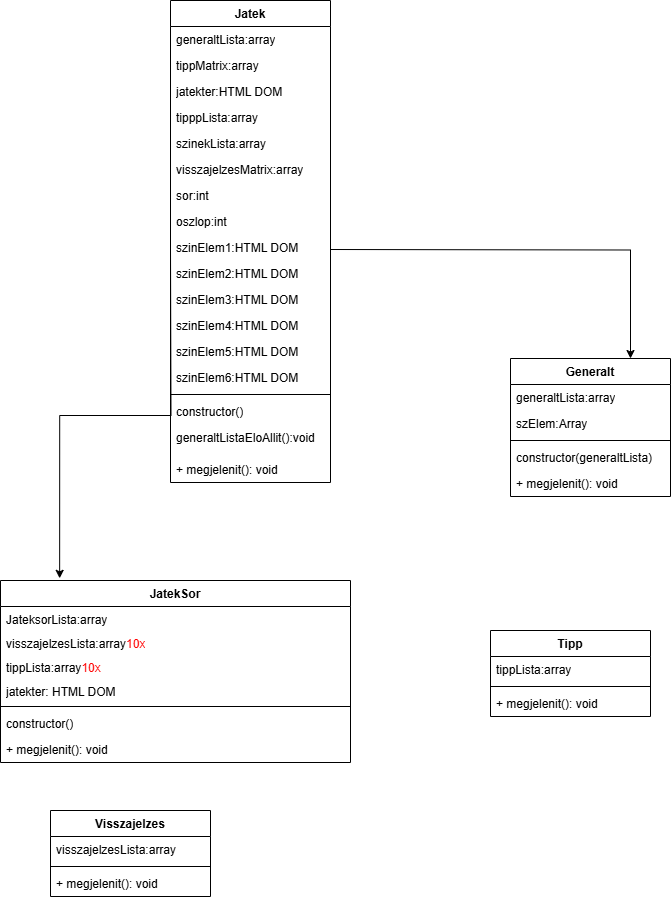
Earlier version of the draw.io export kodToroCsop.drawio.png (Eszti2222/kodToroCsopJS). Source tidied: cells renumbered, new cells last; positions are measured from the earlier drawing's top-left corner, leaving out a move shared by most shapes.
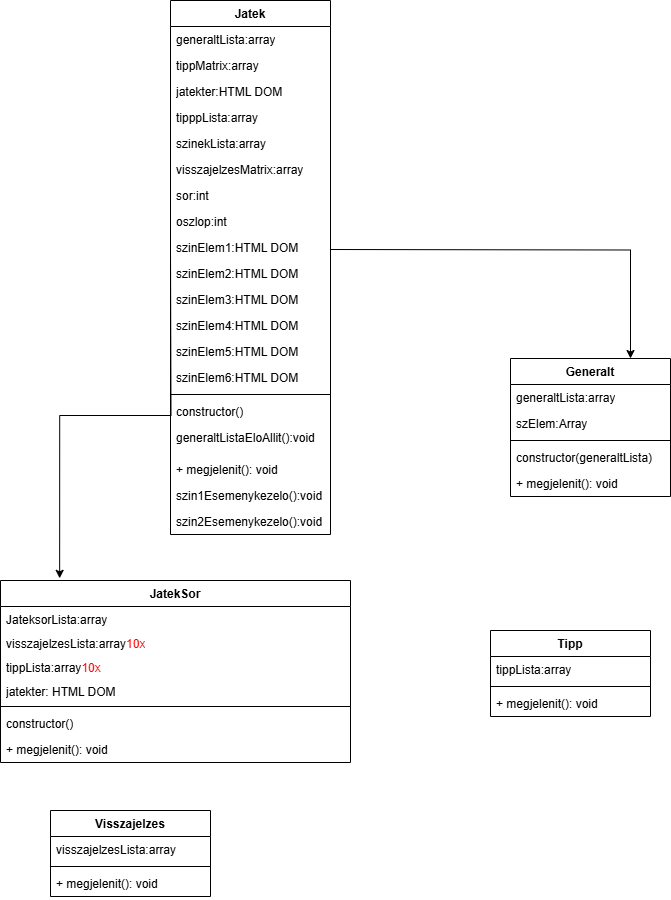
The same file after the commit.

What changed in the source:
```diff
@@ -79,7 +79,7 @@
       </mxGeometry>
     </mxCell>
     <mxCell id="26" value="Jatek" style="swimlane;fontStyle=1;align=center;verticalAlign=top;horizontal=1;startSize=26;whiteSpace=wrap;html=1;" parent="1" vertex="1">
-      <mxGeometry x="170" width="160" height="482" as="geometry" />
+      <mxGeometry x="170" width="160" height="534" as="geometry" />
     </mxCell>
     <mxCell id="27" value="generaltLista:array" style="text;strokeColor=none;fillColor=none;align=left;verticalAlign=top;spacingLeft=4;spacingRight=4;overflow=hidden;whiteSpace=wrap;html=1;" parent="26" vertex="1">
       <mxGeometry y="26" width="160" height="26" as="geometry" />
@@ -135,5 +135,11 @@
     <mxCell id="44" value="+ megjelenit(): void" style="text;strokeColor=none;fillColor=none;align=left;verticalAlign=top;spacingLeft=4;spacingRight=4;overflow=hidden;whiteSpace=wrap;html=1;" parent="26" vertex="1">
       <mxGeometry y="456" width="160" height="26" as="geometry" />
     </mxCell>
+    <mxCell id="45" value="szin1Esemenykezelo():void" style="text;strokeColor=none;fillColor=none;align=left;verticalAlign=top;spacingLeft=4;spacingRight=4;overflow=hidden;whiteSpace=wrap;html=1;" parent="26" vertex="1">
+      <mxGeometry y="482" width="160" height="26" as="geometry" />
+    </mxCell>
+    <mxCell id="46" value="szin2Esemenykezelo():void" style="text;strokeColor=none;fillColor=none;align=left;verticalAlign=top;spacingLeft=4;spacingRight=4;overflow=hidden;whiteSpace=wrap;html=1;" parent="26" vertex="1">
+      <mxGeometry y="508" width="160" height="26" as="geometry" />
+    </mxCell>
   </root>
 </mxGraphModel>
```
